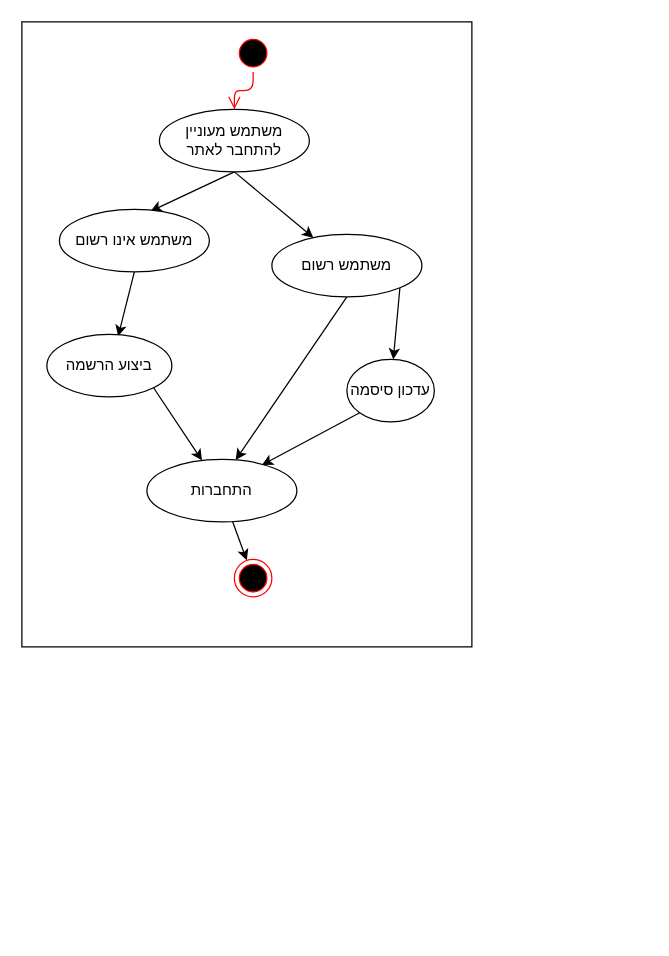
This is oop course/draws/activity/userConnection.drawio from roei910/my-stocks, a draw.io file, before an edit. Source tidied: cells renumbered, new cells numbered last; positions are measured from the earlier drawing's top-left corner, leaving out a move shared by most shapes. Both pictures are drawn from the tidied source at 125%, with x=0, y=0 at pixel (21, 21).
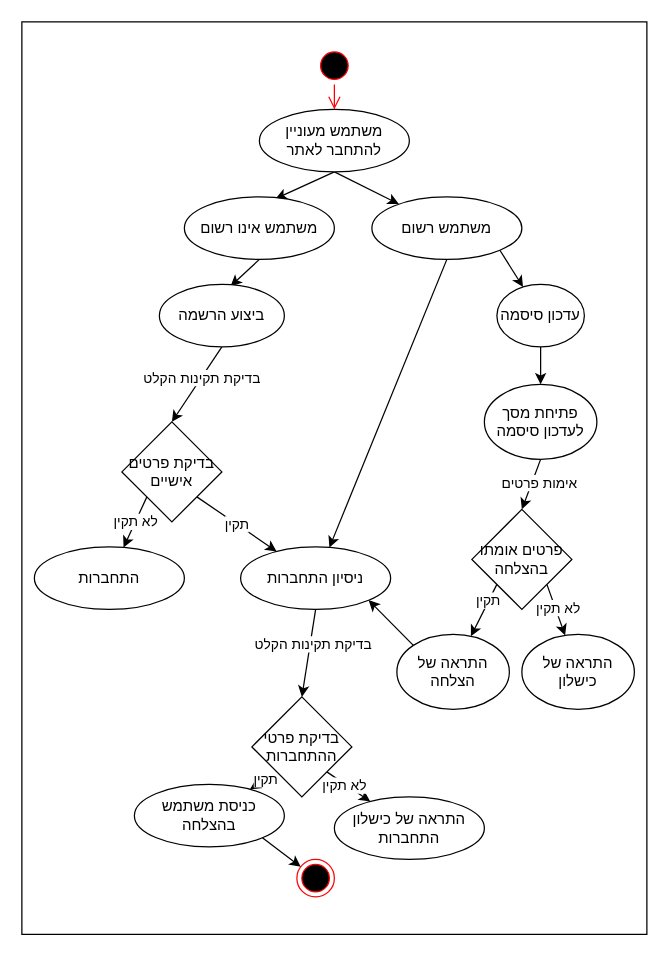
The same diagram, later.

The edit, as a diff of the source:
```diff
@@
     <mxCell id="2" style="html=1;dashed=0;whitespace=wrap;" parent="1" vertex="1">
-      <mxGeometry width="360" height="500" as="geometry" />
+      <mxGeometry width="500" height="730" as="geometry" />
     </mxCell>
     <mxCell id="3" style="ellipse;html=1;shape=startState;fillColor=#000000;strokeColor=#ff0000;" parent="1" vertex="1">
-      <mxGeometry x="170" y="10" width="30" height="30" as="geometry" />
+      <mxGeometry x="235" y="20" width="30" height="30" as="geometry" />
     </mxCell>
@@
     <mxCell id="5" style="ellipse;html=1;shape=endState;fillColor=#000000;strokeColor=#ff0000;" parent="1" vertex="1">
-      <mxGeometry x="170" y="430" width="30" height="30" as="geometry" />
+      <mxGeometry x="220" y="670" width="30" height="30" as="geometry" />
     </mxCell>
@@
     <mxCell id="8" value="משתמש מעוניין להתחבר לאתר" style="ellipse;whiteSpace=wrap;html=1;fontSize=12;" parent="1" vertex="1">
-      <mxGeometry x="110" y="70" width="120" height="50" as="geometry" />
+      <mxGeometry x="190" y="70" width="120" height="50" as="geometry" />
     </mxCell>
@@
     <mxCell id="10" value="משתמש אינו רשום" style="ellipse;whiteSpace=wrap;html=1;" parent="1" vertex="1">
-      <mxGeometry x="30" y="150" width="120" height="50" as="geometry" />
+      <mxGeometry x="130" y="140" width="120" height="50" as="geometry" />
     </mxCell>
@@
     <mxCell id="13" value="משתמש רשום" style="ellipse;whiteSpace=wrap;html=1;" parent="1" vertex="1">
-      <mxGeometry x="200" y="170" width="120" height="50" as="geometry" />
+      <mxGeometry x="280" y="140" width="120" height="50" as="geometry" />
     </mxCell>
-    <mxCell id="14" style="edgeStyle=none;html=1;exitX=0;exitY=1;exitDx=0;exitDy=0;entryX=0.767;entryY=0.09;entryDx=0;entryDy=0;entryPerimeter=0;" parent="1" edge="1" source="15" target="19">
+    <mxCell id="14" style="edgeStyle=none;html=1;exitX=0.5;exitY=1;exitDx=0;exitDy=0;entryX=0.5;entryY=0;entryDx=0;entryDy=0;" parent="1" edge="1" source="15" target="26">
       <mxGeometry relative="1" as="geometry" />
     </mxCell>
     <mxCell id="15" value="עדכון סיסמה" style="ellipse;whiteSpace=wrap;html=1;" parent="1" vertex="1">
-      <mxGeometry x="260" y="270" width="70" height="50" as="geometry" />
+      <mxGeometry x="380" y="210" width="70" height="50" as="geometry" />
     </mxCell>
-    <mxCell id="16" style="edgeStyle=none;html=1;exitX=1;exitY=1;exitDx=0;exitDy=0;" parent="1" edge="1" source="17" target="19">
-      <mxGeometry relative="1" as="geometry" />
-    </mxCell>
+    <mxCell id="20" style="edgeStyle=none;html=1;exitX=0.5;exitY=1;exitDx=0;exitDy=0;entryX=0.5;entryY=0;entryDx=0;entryDy=0;" parent="1" edge="1" source="17" target="37">
+      <mxGeometry relative="1" as="geometry" />
+    </mxCell>
+    <mxCell id="21" value="בדיקת תקינות הקלט" style="edgeLabel;html=1;align=center;verticalAlign=middle;" parent="20" vertex="1">
+      <mxGeometry x="-0.17" relative="1" as="geometry" />
+    </mxCell>
     <mxCell id="17" value="ביצוע הרשמה" style="ellipse;whiteSpace=wrap;html=1;" parent="1" vertex="1">
-      <mxGeometry x="20" y="250" width="100" height="50" as="geometry" />
+      <mxGeometry x="110" y="210" width="100" height="50" as="geometry" />
     </mxCell>
-    <mxCell id="18" style="edgeStyle=none;html=1;" parent="1" edge="1" source="19" target="5">
-      <mxGeometry relative="1" as="geometry" />
-    </mxCell>
+    <mxCell id="22" style="edgeStyle=none;html=1;exitX=0.5;exitY=1;exitDx=0;exitDy=0;entryX=0.5;entryY=0;entryDx=0;entryDy=0;" parent="1" edge="1" source="19" target="43">
+      <mxGeometry relative="1" as="geometry" />
+    </mxCell>
+    <mxCell id="23" value="בדיקת תקינות הקלט" style="edgeLabel;html=1;align=center;verticalAlign=middle;" parent="22" vertex="1">
+      <mxGeometry x="-0.21" y="2" relative="1" as="geometry" />
+    </mxCell>
-    <mxCell id="19" value="התחברות" style="ellipse;whiteSpace=wrap;html=1;" parent="1" vertex="1">
-      <mxGeometry x="100" y="350" width="120" height="50" as="geometry" />
+    <mxCell id="19" value="ניסיון התחברות" style="ellipse;whiteSpace=wrap;html=1;" parent="1" vertex="1">
+      <mxGeometry x="175" y="420" width="120" height="50" as="geometry" />
     </mxCell>
+    <mxCell id="24" style="edgeStyle=none;html=1;exitX=0.5;exitY=1;exitDx=0;exitDy=0;entryX=0.5;entryY=0;entryDx=0;entryDy=0;" parent="1" edge="1" source="26" target="31">
+      <mxGeometry relative="1" as="geometry" />
+    </mxCell>
+    <mxCell id="25" value="אימות פרטים" style="edgeLabel;html=1;align=center;verticalAlign=middle;" parent="24" vertex="1">
+      <mxGeometry x="-0.18" y="5" relative="1" as="geometry" />
+    </mxCell>
+    <mxCell id="26" value="פתיחת מסך לעדכון סיסמה" style="ellipse;whiteSpace=wrap;html=1;" parent="1" vertex="1">
+      <mxGeometry x="370" y="290" width="90" height="60" as="geometry" />
+    </mxCell>
+    <mxCell id="27" style="edgeStyle=none;html=1;exitX=1;exitY=1;exitDx=0;exitDy=0;" parent="1" edge="1" source="31" target="34">
+      <mxGeometry relative="1" as="geometry" />
+    </mxCell>
+    <mxCell id="28" value="לא תקין" style="edgeLabel;html=1;align=center;verticalAlign=middle;" parent="27" vertex="1">
+      <mxGeometry x="-0.07" y="2" relative="1" as="geometry" />
+    </mxCell>
+    <mxCell id="29" style="edgeStyle=none;html=1;exitX=0;exitY=1;exitDx=0;exitDy=0;" parent="1" edge="1" source="31" target="33">
+      <mxGeometry relative="1" as="geometry" />
+    </mxCell>
+    <mxCell id="30" value="תקין" style="edgeLabel;html=1;align=center;verticalAlign=middle;" parent="29" vertex="1">
+      <mxGeometry x="-0.38" y="-1" relative="1" as="geometry" />
+    </mxCell>
+    <mxCell id="31" value="פרטים אומתו בהצלחה" style="rhombus;whiteSpace=wrap;html=1;" parent="1" vertex="1">
+      <mxGeometry x="360" y="390" width="80" height="80" as="geometry" />
+    </mxCell>
+    <mxCell id="32" style="edgeStyle=none;html=1;exitX=0;exitY=0;exitDx=0;exitDy=0;entryX=1;entryY=1;entryDx=0;entryDy=0;" parent="1" edge="1" source="33" target="19">
+      <mxGeometry relative="1" as="geometry" />
+    </mxCell>
+    <mxCell id="33" value="התראה של הצלחה" style="ellipse;whiteSpace=wrap;html=1;" parent="1" vertex="1">
+      <mxGeometry x="300" y="490" width="90" height="60" as="geometry" />
+    </mxCell>
+    <mxCell id="34" value="התראה של כישלון" style="ellipse;whiteSpace=wrap;html=1;" parent="1" vertex="1">
+      <mxGeometry x="400" y="490" width="90" height="60" as="geometry" />
+    </mxCell>
+    <mxCell id="35" value="תקין" style="edgeStyle=none;html=1;exitX=1;exitY=1;exitDx=0;exitDy=0;" parent="1" edge="1" source="37" target="19">
+      <mxGeometry relative="1" as="geometry" />
+    </mxCell>
+    <mxCell id="36" value="לא תקין" style="edgeStyle=none;html=1;exitX=0;exitY=1;exitDx=0;exitDy=0;" parent="1" edge="1" source="37" target="38">
+      <mxGeometry relative="1" as="geometry" />
+    </mxCell>
+    <mxCell id="37" value="בדיקת פרטים אישיים" style="rhombus;whiteSpace=wrap;html=1;" parent="1" vertex="1">
+      <mxGeometry x="80" y="320" width="80" height="80" as="geometry" />
+    </mxCell>
+    <mxCell id="38" value="התחברות" style="ellipse;whiteSpace=wrap;html=1;" parent="1" vertex="1">
+      <mxGeometry x="10" y="420" width="120" height="50" as="geometry" />
+    </mxCell>
+    <mxCell id="39" style="edgeStyle=none;html=1;exitX=0;exitY=1;exitDx=0;exitDy=0;" parent="1" edge="1" source="43" target="45">
+      <mxGeometry relative="1" as="geometry" />
+    </mxCell>
+    <mxCell id="40" value="תקין" style="edgeLabel;html=1;align=center;verticalAlign=middle;" parent="39" vertex="1">
+      <mxGeometry x="-0.13" relative="1" as="geometry" />
+    </mxCell>
+    <mxCell id="41" style="edgeStyle=none;html=1;exitX=1;exitY=1;exitDx=0;exitDy=0;" parent="1" edge="1" source="43" target="46">
+      <mxGeometry relative="1" as="geometry" />
+    </mxCell>
+    <mxCell id="42" value="לא תקין" style="edgeLabel;html=1;align=center;verticalAlign=middle;" parent="41" vertex="1">
+      <mxGeometry x="-0.18" y="-1" relative="1" as="geometry" />
+    </mxCell>
+    <mxCell id="43" value="בדיקת פרטי ההתחברות" style="rhombus;whiteSpace=wrap;html=1;" parent="1" vertex="1">
+      <mxGeometry x="184" y="540" width="80" height="80" as="geometry" />
+    </mxCell>
+    <mxCell id="44" style="edgeStyle=none;html=1;exitX=1;exitY=1;exitDx=0;exitDy=0;" parent="1" edge="1" source="45" target="5">
+      <mxGeometry relative="1" as="geometry" />
+    </mxCell>
+    <mxCell id="45" value="כניסת משתמש בהצלחה" style="ellipse;whiteSpace=wrap;html=1;" parent="1" vertex="1">
+      <mxGeometry x="90" y="610" width="120" height="50" as="geometry" />
+    </mxCell>
+    <mxCell id="46" value="התראה של כישלון התחברות" style="ellipse;whiteSpace=wrap;html=1;" parent="1" vertex="1">
+      <mxGeometry x="250" y="620" width="120" height="50" as="geometry" />
+    </mxCell>
```
